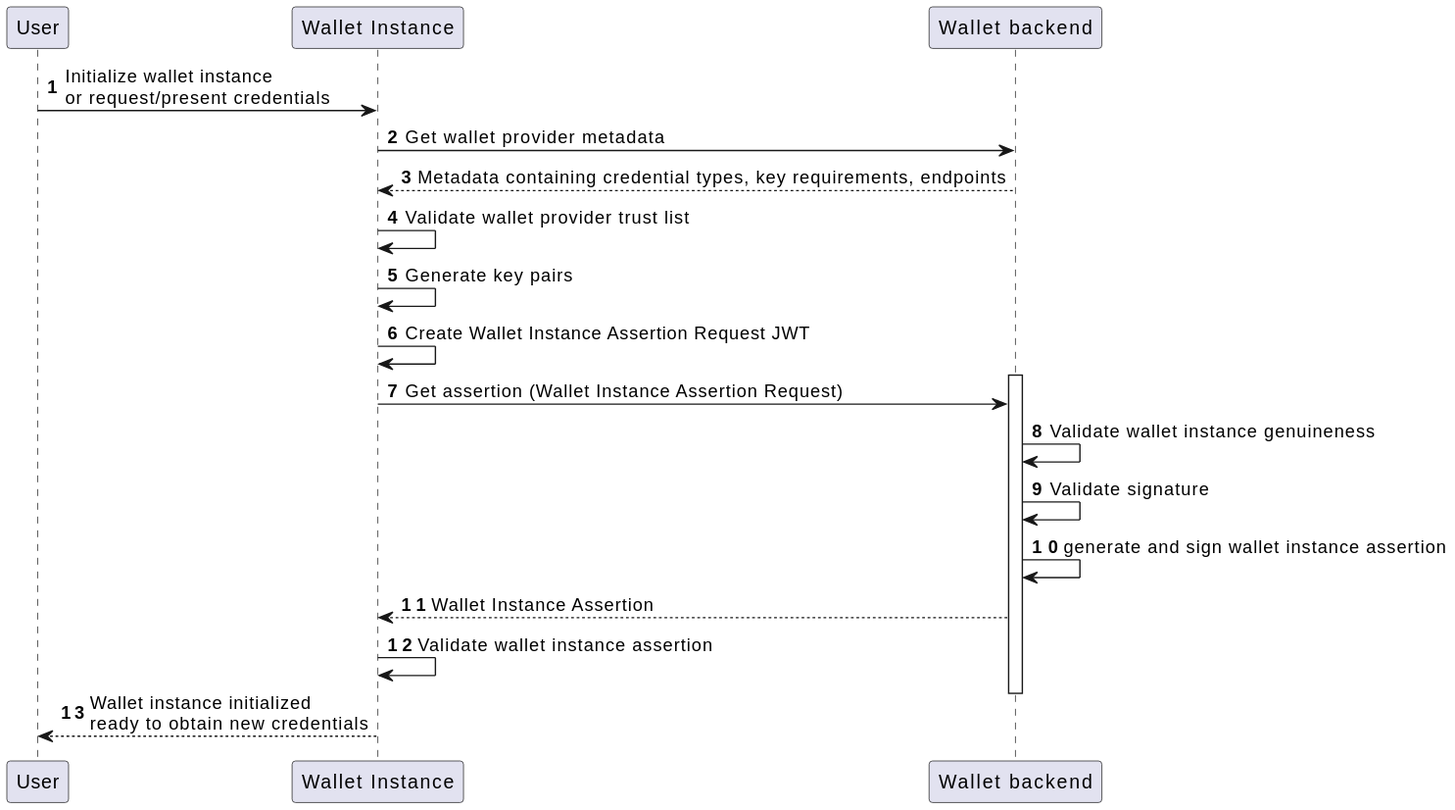
The PlantUML diagram images/dynamic_view_sequence_wallet_instance_attestation.svg in italia/eudi-wallet-it-docs, before a commit.
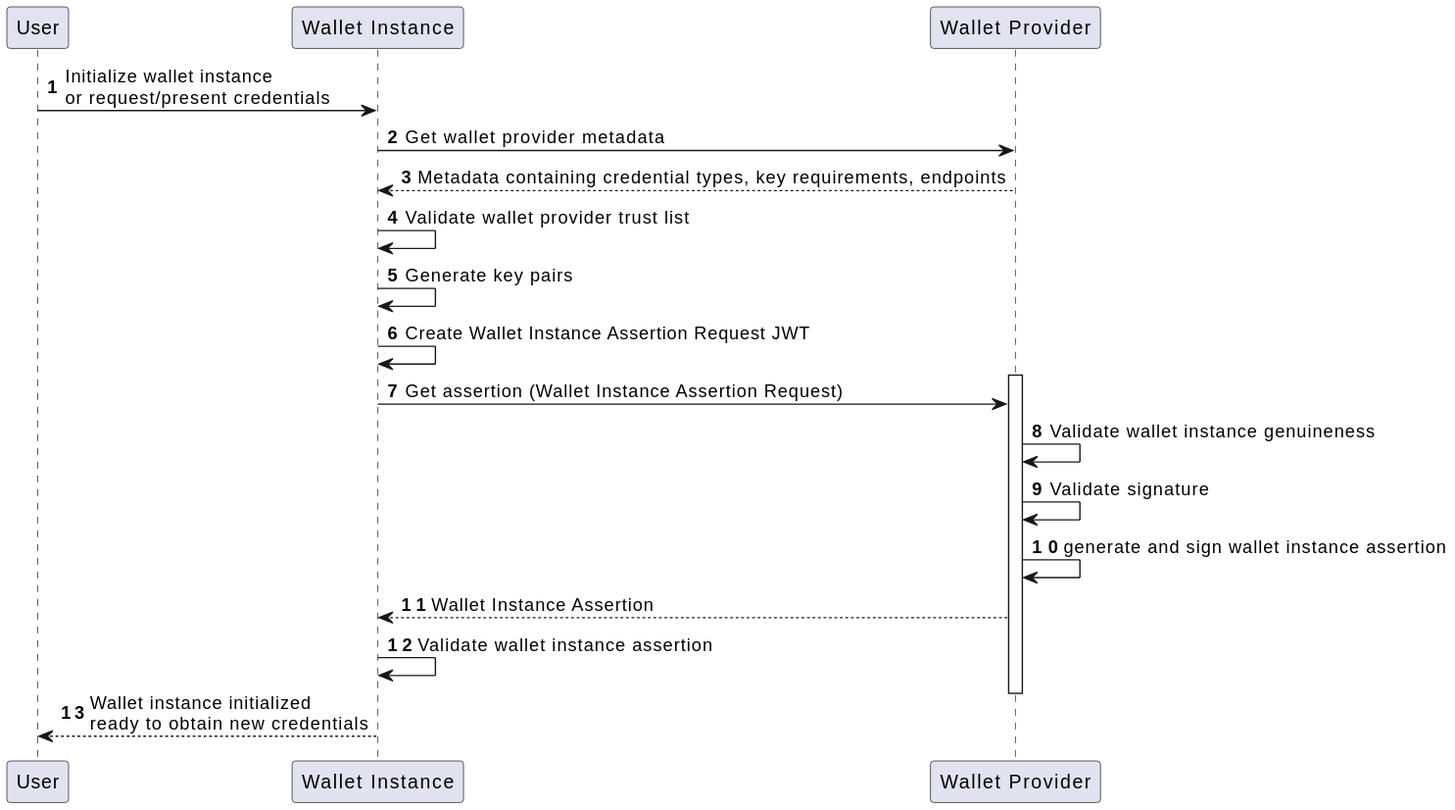
After the change.

What changed in the source:
```diff
@@ -4,7 +4,7 @@
 
 participant "User" as u
 participant "Wallet Instance" as wi
-participant "Wallet backend" as wb
+participant "Wallet Provider" as wb
 
 u -> wi: Initialize wallet instance\nor request/present credentials
 wi->wb: Get wallet provider metadata
```
